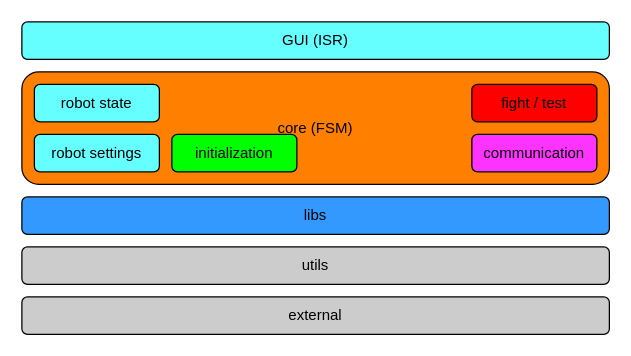
Eryk-Mozdzen/minisumo-sneak100 keeps this draw.io diagram as docs/diagrams/sneak100_software.drawio. Above is the earlier version. Source tidied: cells renumbered, new cells numbered last; positions are measured from the earlier drawing's top-left corner, leaving out a move shared by most shapes. Both pictures are drawn from the tidied source at 125%, with x=0, y=0 at pixel (21, 21).
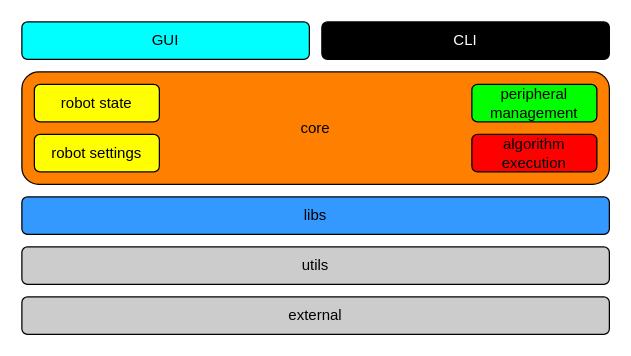
After the change.

What changed in the source:
```diff
@@
 <mxGraphModel>
   <root>
     <mxCell id="0" />
     <mxCell id="1" parent="0" />
     <mxCell id="2" value="utils" style="rounded=1;whiteSpace=wrap;html=1;fillColor=#CCCCCC;" parent="1" vertex="1">
       <mxGeometry y="180" width="470" height="30" as="geometry" />
     </mxCell>
     <mxCell id="3" value="&lt;div&gt;libs&lt;/div&gt;" style="rounded=1;whiteSpace=wrap;html=1;fillColor=#3399FF;" parent="1" vertex="1">
       <mxGeometry y="140" width="470" height="30" as="geometry" />
     </mxCell>
-    <mxCell id="4" value="core (FSM)" style="rounded=1;whiteSpace=wrap;html=1;fillColor=#FF8000;" parent="1" vertex="1">
+    <mxCell id="4" value="core" style="rounded=1;whiteSpace=wrap;html=1;fillColor=#FF8000;" parent="1" vertex="1">
       <mxGeometry y="40" width="470" height="90" as="geometry" />
     </mxCell>
-    <mxCell id="5" value="GUI (ISR)" style="rounded=1;whiteSpace=wrap;html=1;fillColor=#66FFFF;" parent="1" vertex="1">
-      <mxGeometry width="470" height="30" as="geometry" />
+    <mxCell id="5" value="GUI" style="rounded=1;whiteSpace=wrap;html=1;fillColor=#00FFFF;" parent="1" vertex="1">
+      <mxGeometry width="230" height="30" as="geometry" />
     </mxCell>
-    <mxCell id="6" value="fight / test" style="rounded=1;whiteSpace=wrap;html=1;fillColor=#FF0000;" parent="1" vertex="1">
-      <mxGeometry x="360" y="50" width="100" height="30" as="geometry" />
+    <mxCell id="6" value="&lt;div&gt;algorithm&lt;/div&gt;&lt;div&gt;execution&lt;br&gt;&lt;/div&gt;" style="rounded=1;whiteSpace=wrap;html=1;fillColor=#FF0000;" parent="1" vertex="1">
+      <mxGeometry x="360" y="90" width="100" height="30" as="geometry" />
     </mxCell>
-    <mxCell id="7" value="communication" style="rounded=1;whiteSpace=wrap;html=1;fillColor=#FF33FF;" parent="1" vertex="1">
-      <mxGeometry x="360" y="90" width="100" height="30" as="geometry" />
-    </mxCell>
-    <mxCell id="8" value="robot state" style="rounded=1;whiteSpace=wrap;html=1;fillColor=#66FFFF;" parent="1" vertex="1">
+    <mxCell id="8" value="robot state" style="rounded=1;whiteSpace=wrap;html=1;fillColor=#FFFF00;" parent="1" vertex="1">
       <mxGeometry x="10" y="50" width="100" height="30" as="geometry" />
     </mxCell>
-    <mxCell id="9" value="robot settings" style="rounded=1;whiteSpace=wrap;html=1;fillColor=#66FFFF;" parent="1" vertex="1">
+    <mxCell id="9" value="robot settings" style="rounded=1;whiteSpace=wrap;html=1;fillColor=#FFFF00;" parent="1" vertex="1">
       <mxGeometry x="10" y="90" width="100" height="30" as="geometry" />
     </mxCell>
     <mxCell id="10" value="external" style="rounded=1;whiteSpace=wrap;html=1;fillColor=#CCCCCC;" parent="1" vertex="1">
       <mxGeometry y="220" width="470" height="30" as="geometry" />
     </mxCell>
-    <mxCell id="11" value="initialization" style="rounded=1;whiteSpace=wrap;html=1;fillColor=#00FF00;" parent="1" vertex="1">
-      <mxGeometry x="120" y="90" width="100" height="30" as="geometry" />
-    </mxCell>
+    <mxCell id="12" value="CLI" style="rounded=1;whiteSpace=wrap;html=1;fillColor=#000000;fontColor=#FFFFFF;" parent="1" vertex="1">
+      <mxGeometry x="240" width="230" height="30" as="geometry" />
+    </mxCell>
+    <mxCell id="13" value="&lt;span class=&quot;VIiyi&quot; lang=&quot;en&quot;&gt;&lt;span class=&quot;JLqJ4b ChMk0b&quot;&gt;&lt;span&gt;peripheral management&lt;/span&gt;&lt;/span&gt;&lt;/span&gt; " style="rounded=1;whiteSpace=wrap;html=1;fillColor=#00FF00;" parent="1" vertex="1">
+      <mxGeometry x="360" y="50" width="100" height="30" as="geometry" />
+    </mxCell>
   </root>
 </mxGraphModel>
```
